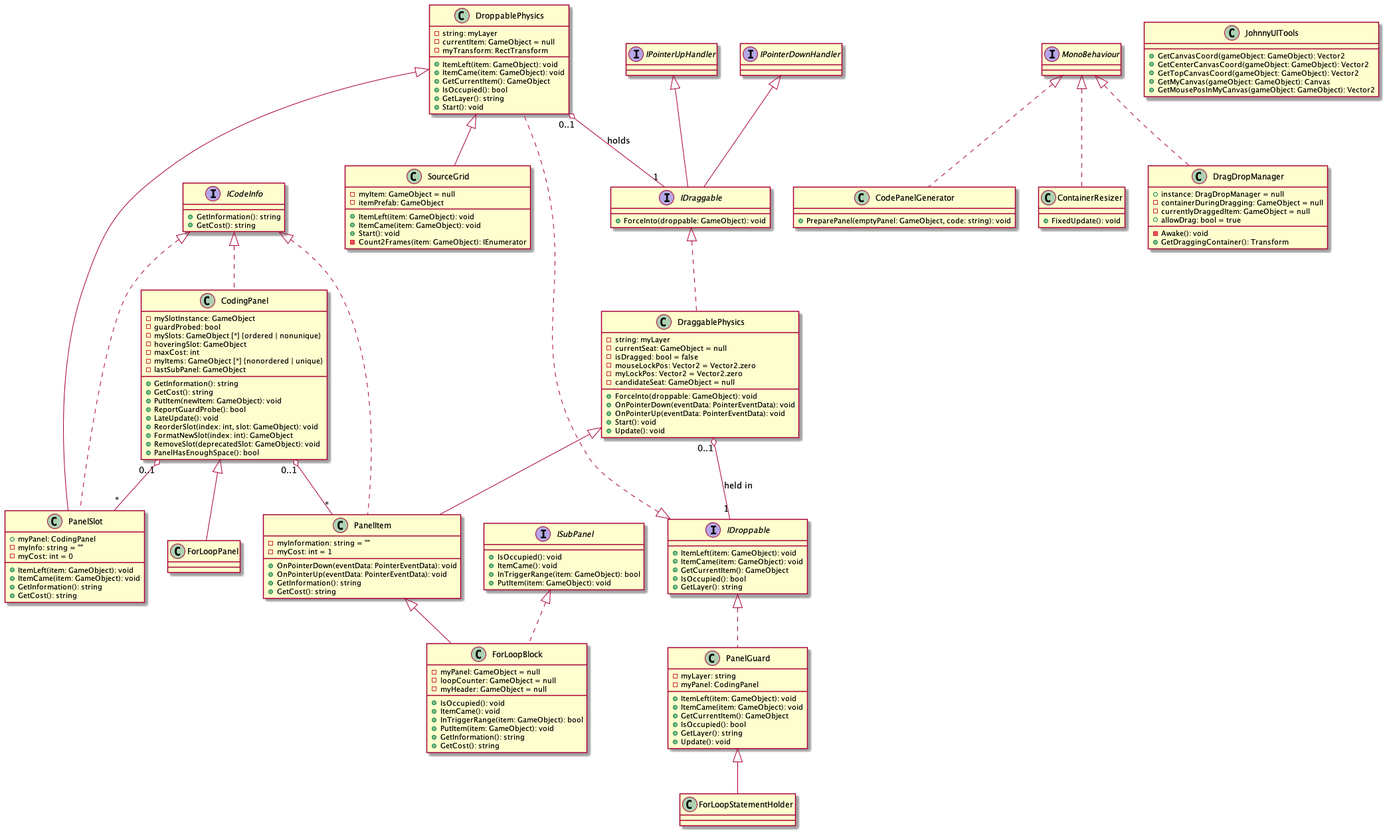
Before: docs/class_diagrams/out/drag_drop_ui.png, a diagram exported from PlantUML (cs130-w21/13).
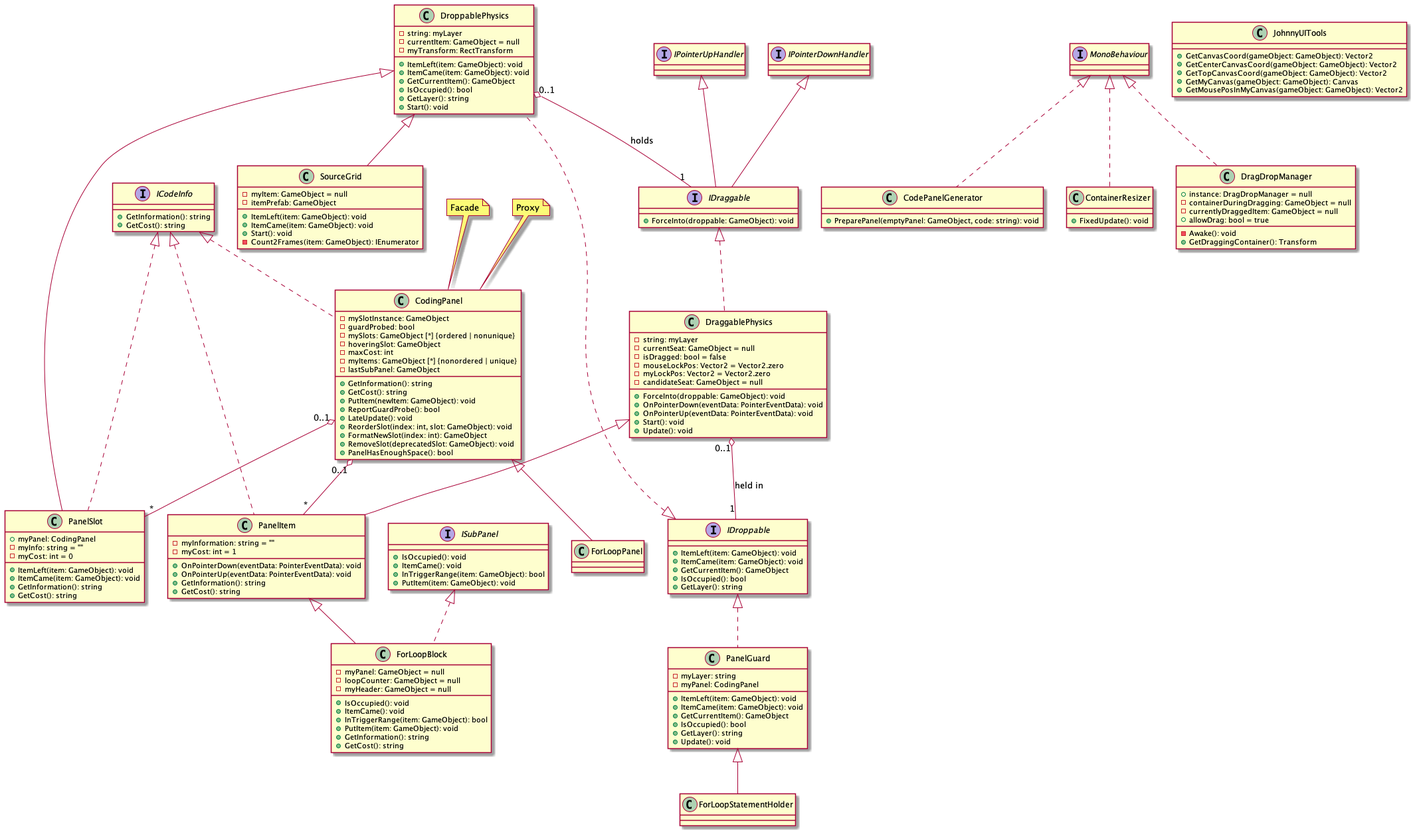
The same file after the commit.

Change to the diagram source:
```diff
@@ -95,6 +95,11 @@
     - Count2Frames(item: GameObject): IEnumerator
 }
 
+note "Facade" as n1
+note "Proxy" as n2
+n1 .. CodingPanel
+n2 .. CodingPanel
+
 class CodingPanel implements ICodeInfo {
     - mySlotInstance: GameObject
     - guardProbed: bool
```
